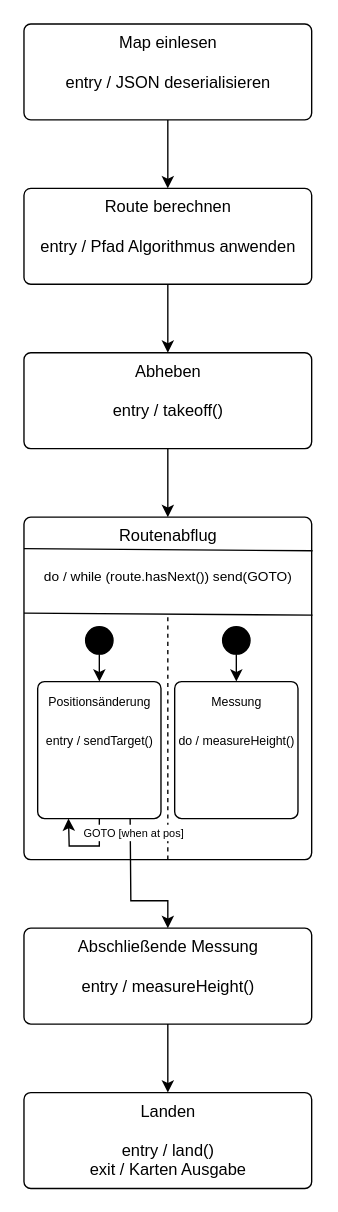
Above: page "Statemachine" (2 of 2) of doc/Domänenmodell.drawio in frankbits/Flugrobotik_WS202425 (draw.io), before the change. Source tidied: cells renumbered, new cells numbered last; positions are measured from the earlier drawing's top-left corner, leaving out a move shared by most shapes. Both pictures are drawn from the tidied source at 137%, with x=0, y=0 at pixel (23, 23).
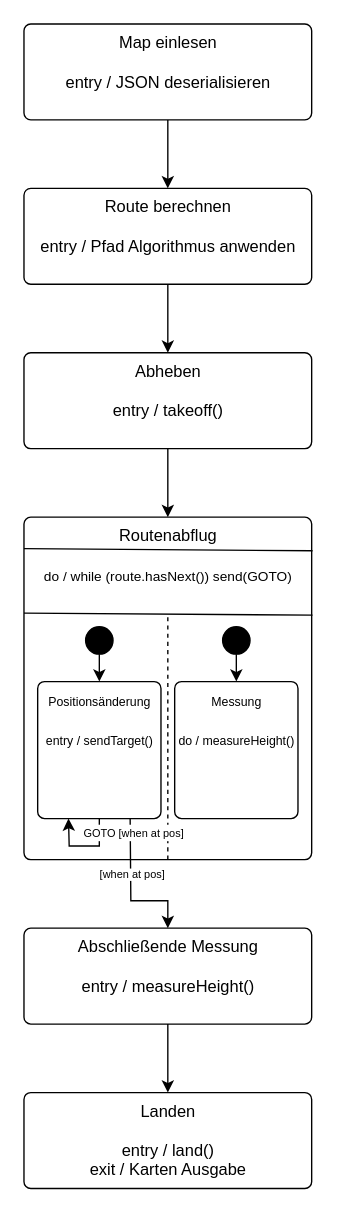
After the change.

The change refers to these unchanged cells:
```xml
<mxCell id="12" style="edgeStyle=none;rounded=0;html=1;exitX=0.75;exitY=1;exitDx=0;exitDy=0;entryX=0.5;entryY=0;entryDx=0;entryDy=0;fontSize=8;" parent="1" edge="1" source="13" target="17">
  <mxGeometry relative="1" as="geometry">
    <Array as="points">
      <mxPoint x="78" y="640" />
      <mxPoint x="105" y="640" />
    </Array>
  </mxGeometry>
</mxCell>
```

The edit, as a diff of the source:
```diff
@@
+    <mxCell id="23" value="[when at pos]" style="edgeLabel;html=1;align=center;verticalAlign=middle;fontSize=8;" parent="12" vertex="1">
+      <mxGeometry x="-0.24" y="1" relative="1" as="geometry" />
+    </mxCell>
```
